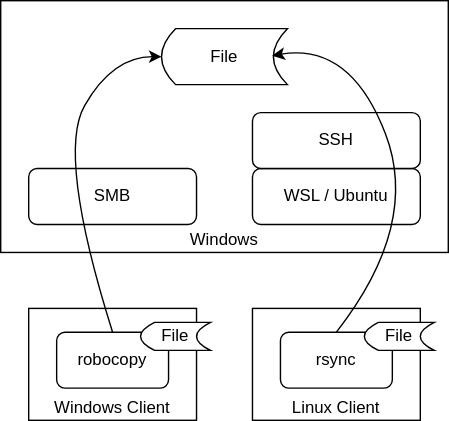
Earlier version of the draw.io export images/file_sync.drawio.svg (ktkr3d/ktkr3d.github.io). Source tidied: cells renumbered, new cells last; positions are measured from the earlier drawing's top-left corner, leaving out a move shared by most shapes. The source it was exported from:
```xml
<mxGraphModel>
  <root>
    <mxCell id="0" />
    <mxCell id="1" parent="0" />
    <mxCell id="2" value="Windows" style="rounded=0;whiteSpace=wrap;html=1;verticalAlign=bottom;" parent="1" vertex="1">
      <mxGeometry width="320" height="180" as="geometry" />
    </mxCell>
    <mxCell id="3" value="SMB" style="rounded=1;whiteSpace=wrap;html=1;" parent="1" vertex="1">
      <mxGeometry x="20" y="120" width="120" height="40" as="geometry" />
    </mxCell>
    <mxCell id="4" value="WSL / Ubuntu" style="rounded=1;whiteSpace=wrap;html=1;" parent="1" vertex="1">
      <mxGeometry x="180" y="120" width="120" height="40" as="geometry" />
    </mxCell>
    <mxCell id="5" value="SSH" style="rounded=1;whiteSpace=wrap;html=1;" parent="1" vertex="1">
      <mxGeometry x="180" y="80" width="120" height="40" as="geometry" />
    </mxCell>
    <mxCell id="6" value="File" style="shape=dataStorage;whiteSpace=wrap;html=1;fixedSize=1;size=10;" parent="1" vertex="1">
      <mxGeometry x="115" y="20" width="90" height="40" as="geometry" />
    </mxCell>
    <mxCell id="7" value="Windows Client" style="rounded=0;whiteSpace=wrap;html=1;verticalAlign=bottom;" parent="1" vertex="1">
      <mxGeometry x="20" y="220" width="120" height="80" as="geometry" />
    </mxCell>
    <mxCell id="8" value="Linux Client&lt;br&gt;" style="rounded=0;whiteSpace=wrap;html=1;verticalAlign=bottom;" parent="1" vertex="1">
      <mxGeometry x="180" y="220" width="120" height="80" as="geometry" />
    </mxCell>
    <mxCell id="9" value="rsync" style="rounded=1;whiteSpace=wrap;html=1;" parent="1" vertex="1">
      <mxGeometry x="200" y="237" width="80" height="40" as="geometry" />
    </mxCell>
    <mxCell id="10" value="robocopy" style="rounded=1;whiteSpace=wrap;html=1;" parent="1" vertex="1">
      <mxGeometry x="40" y="237" width="80" height="40" as="geometry" />
    </mxCell>
    <mxCell id="11" style="curved=1;endArrow=classic;html=1;entryX=0;entryY=0.5;entryDx=0;entryDy=0;exitX=0.5;exitY=0;exitDx=0;exitDy=0;" parent="1" edge="1" source="10" target="6">
      <mxGeometry relative="1" as="geometry">
        <Array as="points">
          <mxPoint x="40" y="110" />
          <mxPoint x="80" y="40" />
        </Array>
      </mxGeometry>
    </mxCell>
    <mxCell id="12" style="curved=1;endArrow=classic;html=1;exitX=0.5;exitY=0;exitDx=0;exitDy=0;entryX=0.879;entryY=0.482;entryDx=0;entryDy=0;entryPerimeter=0;" parent="1" edge="1" source="9" target="6">
      <mxGeometry relative="1" as="geometry">
        <Array as="points">
          <mxPoint x="300" y="160" />
          <mxPoint x="250" y="30" />
        </Array>
      </mxGeometry>
    </mxCell>
    <mxCell id="13" value="File" style="shape=dataStorage;whiteSpace=wrap;html=1;fixedSize=1;size=10;" parent="1" vertex="1">
      <mxGeometry x="260" y="230" width="50" height="20" as="geometry" />
    </mxCell>
    <mxCell id="14" value="File" style="shape=dataStorage;whiteSpace=wrap;html=1;fixedSize=1;size=10;" parent="1" vertex="1">
      <mxGeometry x="100" y="230" width="50" height="20" as="geometry" />
    </mxCell>
  </root>
</mxGraphModel>
```
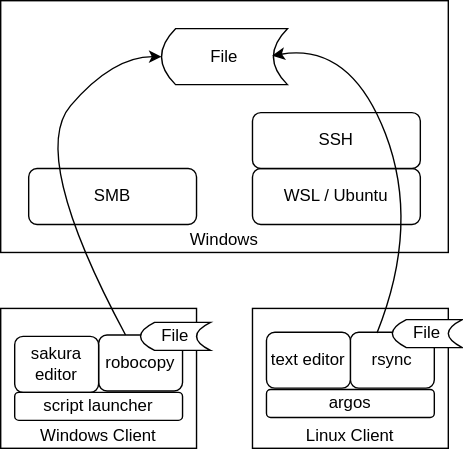
Later version of the same file.

Change to the diagram source:
```diff
@@ -18,26 +18,26 @@
       <mxGeometry x="115" y="20" width="90" height="40" as="geometry" />
     </mxCell>
     <mxCell id="7" value="Windows Client" style="rounded=0;whiteSpace=wrap;html=1;verticalAlign=bottom;" parent="1" vertex="1">
-      <mxGeometry x="20" y="220" width="120" height="80" as="geometry" />
+      <mxGeometry y="220" width="140" height="100" as="geometry" />
     </mxCell>
     <mxCell id="8" value="Linux Client&lt;br&gt;" style="rounded=0;whiteSpace=wrap;html=1;verticalAlign=bottom;" parent="1" vertex="1">
-      <mxGeometry x="180" y="220" width="120" height="80" as="geometry" />
+      <mxGeometry x="180" y="220" width="140" height="100" as="geometry" />
     </mxCell>
     <mxCell id="9" value="rsync" style="rounded=1;whiteSpace=wrap;html=1;" parent="1" vertex="1">
-      <mxGeometry x="200" y="237" width="80" height="40" as="geometry" />
+      <mxGeometry x="250" y="237" width="60" height="40" as="geometry" />
     </mxCell>
     <mxCell id="10" value="robocopy" style="rounded=1;whiteSpace=wrap;html=1;" parent="1" vertex="1">
-      <mxGeometry x="40" y="237" width="80" height="40" as="geometry" />
+      <mxGeometry x="70" y="239" width="60" height="40" as="geometry" />
     </mxCell>
-    <mxCell id="11" style="curved=1;endArrow=classic;html=1;entryX=0;entryY=0.5;entryDx=0;entryDy=0;exitX=0.5;exitY=0;exitDx=0;exitDy=0;" parent="1" edge="1" source="10" target="6">
+    <mxCell id="11" style="curved=1;endArrow=classic;html=1;entryX=0;entryY=0.5;entryDx=0;entryDy=0;" parent="1" edge="1" source="10" target="6">
       <mxGeometry relative="1" as="geometry">
         <Array as="points">
-          <mxPoint x="40" y="110" />
+          <mxPoint x="20" y="110" />
           <mxPoint x="80" y="40" />
         </Array>
       </mxGeometry>
     </mxCell>
-    <mxCell id="12" style="curved=1;endArrow=classic;html=1;exitX=0.5;exitY=0;exitDx=0;exitDy=0;entryX=0.879;entryY=0.482;entryDx=0;entryDy=0;entryPerimeter=0;" parent="1" edge="1" source="9" target="6">
+    <mxCell id="12" style="curved=1;endArrow=classic;html=1;entryX=0.879;entryY=0.482;entryDx=0;entryDy=0;entryPerimeter=0;exitX=0.317;exitY=0.015;exitDx=0;exitDy=0;exitPerimeter=0;" parent="1" edge="1" source="9" target="6">
       <mxGeometry relative="1" as="geometry">
         <Array as="points">
           <mxPoint x="300" y="160" />
@@ -46,10 +46,22 @@
       </mxGeometry>
     </mxCell>
     <mxCell id="13" value="File" style="shape=dataStorage;whiteSpace=wrap;html=1;fixedSize=1;size=10;" parent="1" vertex="1">
-      <mxGeometry x="260" y="230" width="50" height="20" as="geometry" />
+      <mxGeometry x="280" y="228" width="50" height="20" as="geometry" />
     </mxCell>
     <mxCell id="14" value="File" style="shape=dataStorage;whiteSpace=wrap;html=1;fixedSize=1;size=10;" parent="1" vertex="1">
       <mxGeometry x="100" y="230" width="50" height="20" as="geometry" />
     </mxCell>
+    <mxCell id="15" value="text editor" style="rounded=1;whiteSpace=wrap;html=1;" parent="1" vertex="1">
+      <mxGeometry x="190" y="237" width="60" height="40" as="geometry" />
+    </mxCell>
+    <mxCell id="16" value="sakura&lt;br&gt;editor" style="rounded=1;whiteSpace=wrap;html=1;" parent="1" vertex="1">
+      <mxGeometry x="10" y="240" width="60" height="40" as="geometry" />
+    </mxCell>
+    <mxCell id="17" value="script launcher" style="rounded=1;whiteSpace=wrap;html=1;" parent="1" vertex="1">
+      <mxGeometry x="10" y="280" width="120" height="20" as="geometry" />
+    </mxCell>
+    <mxCell id="18" value="argos" style="rounded=1;whiteSpace=wrap;html=1;" parent="1" vertex="1">
+      <mxGeometry x="190" y="278" width="120" height="20" as="geometry" />
+    </mxCell>
   </root>
 </mxGraphModel>
```
